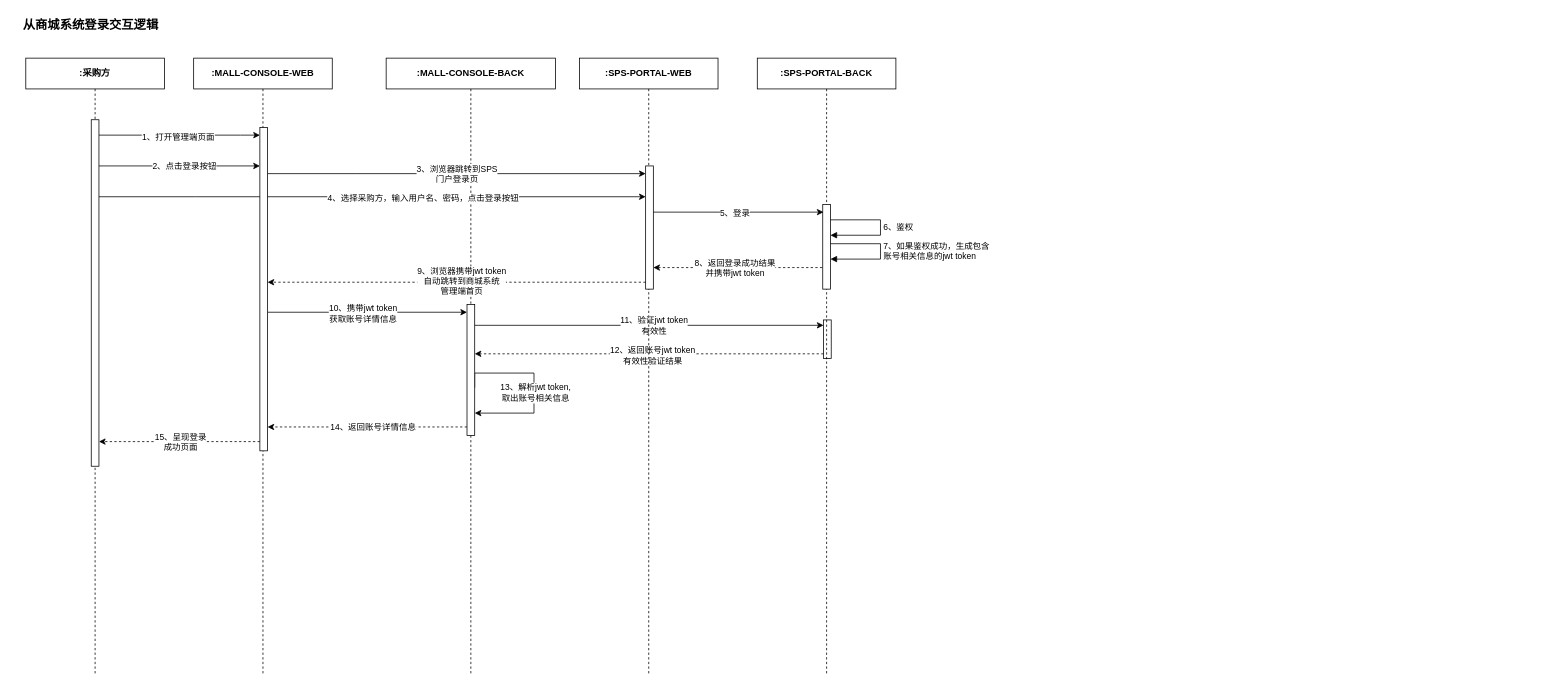
ab-doc/draw.io keeps this draw.io diagram as src/main/work/ncs/sunshine/20230518145410.drawio. Above is the earlier version. Source tidied: cells renumbered, new cells numbered last; positions are measured from the earlier drawing's top-left corner, leaving out a move shared by most shapes. Both pictures are drawn from the tidied source at 77%, with x=0, y=0 at pixel (13, 13).
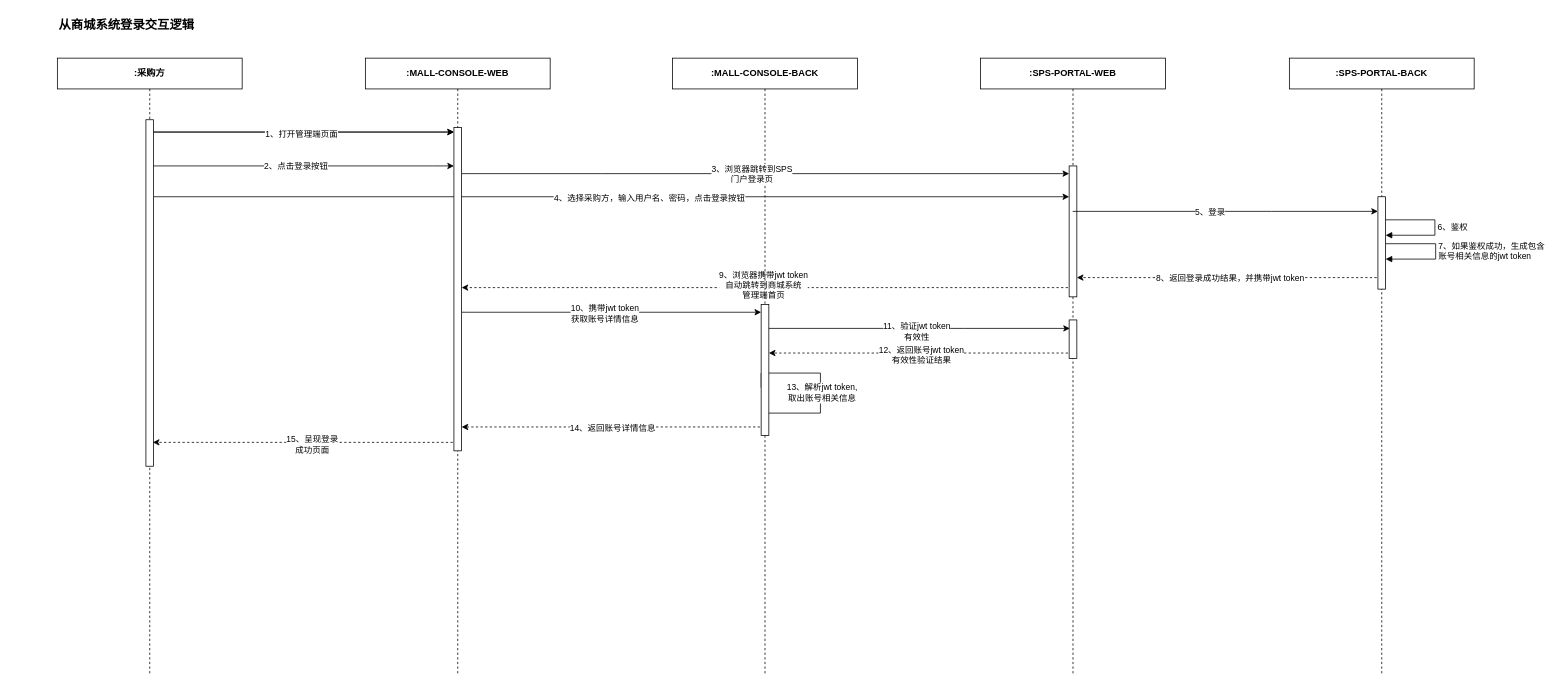
After the change.

The edit, as a diff of the source:
```diff
@@
+    <mxCell id="42" style="edgeStyle=elbowEdgeStyle;rounded=0;jettySize=auto;html=1;elbow=vertical;curved=0;dashed=1;" parent="1" edge="1" source="13">
+      <mxGeometry relative="1" as="geometry">
+        <mxPoint x="981" y="441" as="targetPoint" />
+      </mxGeometry>
+    </mxCell>
+    <mxCell id="7" value="12、返回账号jwt token&lt;br style=&quot;border-color: var(--border-color);&quot;&gt;有效性验证结果" style="edgeLabel;html=1;align=center;verticalAlign=middle;" parent="42" vertex="1">
+      <mxGeometry x="0.13" y="2" relative="1" as="geometry">
+        <mxPoint x="26" as="offset" />
+      </mxGeometry>
+    </mxCell>
+    <mxCell id="43" style="edgeStyle=elbowEdgeStyle;rounded=0;jettySize=auto;html=1;elbow=vertical;curved=0;dashed=1;" parent="1" edge="1" source="13">
+      <mxGeometry relative="1" as="geometry">
+        <mxPoint x="582" y="356" as="targetPoint" />
+      </mxGeometry>
+    </mxCell>
+    <mxCell id="36" value="9、浏览器携带jwt token&lt;br style=&quot;border-color: var(--border-color);&quot;&gt;自动跳转到商城系统&lt;br style=&quot;border-color: var(--border-color);&quot;&gt;管理端首页" style="edgeLabel;html=1;align=center;verticalAlign=middle;" parent="43" vertex="1">
+      <mxGeometry x="-0.16" y="-4" relative="1" as="geometry">
+        <mxPoint x="-69" as="offset" />
+      </mxGeometry>
+    </mxCell>
+    <mxCell id="13" value="&lt;b&gt;:SPS-PORTAL-WEB&lt;/b&gt;" style="shape=umlLifeline;perimeter=lifelinePerimeter;whiteSpace=wrap;html=1;outlineConnect=0;portConstraint=eastwest;newEdgeStyle={&quot;edgeStyle&quot;:&quot;elbowEdgeStyle&quot;,&quot;elbow&quot;:&quot;vertical&quot;,&quot;curved&quot;:0,&quot;rounded&quot;:0};" parent="1" vertex="1">
+      <mxGeometry x="1256" y="58" width="240" height="800" as="geometry" />
+    </mxCell>
+    <mxCell id="14" style="html=1;points=[];perimeter=orthogonalPerimeter;outlineConnect=0;targetShapes=umlLifeline;portConstraint=eastwest;newEdgeStyle={&quot;edgeStyle&quot;:&quot;elbowEdgeStyle&quot;,&quot;elbow&quot;:&quot;vertical&quot;,&quot;curved&quot;:0,&quot;rounded&quot;:0};" parent="13" vertex="1">
+      <mxGeometry x="115" y="140" width="10" height="170" as="geometry" />
+    </mxCell>
+    <mxCell id="44" style="edgeStyle=elbowEdgeStyle;rounded=0;jettySize=auto;html=1;elbow=vertical;curved=0;dashed=1;" parent="1" edge="1" source="2">
+      <mxGeometry relative="1" as="geometry">
+        <mxPoint x="582" y="537" as="targetPoint" />
+      </mxGeometry>
+    </mxCell>
+    <mxCell id="38" value="14、返回账号详情信息" style="edgeLabel;html=1;align=center;verticalAlign=middle;" parent="44" vertex="1">
+      <mxGeometry x="0.11" y="1" relative="1" as="geometry">
+        <mxPoint x="20" as="offset" />
+      </mxGeometry>
+    </mxCell>
+    <mxCell id="45" style="edgeStyle=elbowEdgeStyle;rounded=0;jettySize=auto;html=1;elbow=vertical;curved=0;" parent="1" edge="1" source="2">
+      <mxGeometry relative="1" as="geometry">
+        <mxPoint x="1372" y="409" as="targetPoint" />
+      </mxGeometry>
+    </mxCell>
+    <mxCell id="9" value="11、验证jwt token&lt;br style=&quot;border-color: var(--border-color);&quot;&gt;有效性" style="edgeLabel;html=1;align=center;verticalAlign=middle;" parent="45" vertex="1">
+      <mxGeometry x="-0.01" y="-3" relative="1" as="geometry">
+        <mxPoint x="1" as="offset" />
+      </mxGeometry>
+    </mxCell>
     <mxCell id="2" value="&lt;b&gt;:MALL-CONSOLE-BACK&lt;/b&gt;" style="shape=umlLifeline;perimeter=lifelinePerimeter;whiteSpace=wrap;html=1;outlineConnect=0;portConstraint=eastwest;newEdgeStyle={&quot;edgeStyle&quot;:&quot;elbowEdgeStyle&quot;,&quot;elbow&quot;:&quot;vertical&quot;,&quot;curved&quot;:0,&quot;rounded&quot;:0};" parent="1" vertex="1">
-      <mxGeometry x="484" y="58" width="220" height="800" as="geometry" />
+      <mxGeometry x="856" y="58" width="240" height="800" as="geometry" />
     </mxCell>
@@
     <mxCell id="5" style="html=1;points=[];perimeter=orthogonalPerimeter;outlineConnect=0;targetShapes=umlLifeline;portConstraint=eastwest;newEdgeStyle={&quot;edgeStyle&quot;:&quot;elbowEdgeStyle&quot;,&quot;elbow&quot;:&quot;vertical&quot;,&quot;curved&quot;:0,&quot;rounded&quot;:0};" parent="2" vertex="1">
-      <mxGeometry x="105" y="320" width="10" height="170" as="geometry" />
+      <mxGeometry x="115" y="320" width="10" height="170" as="geometry" />
     </mxCell>
-    <mxCell id="6" style="edgeStyle=elbowEdgeStyle;rounded=0;orthogonalLoop=1;jettySize=auto;html=1;elbow=vertical;curved=0;dashed=1;" parent="2" edge="1">
-      <mxGeometry relative="1" as="geometry">
-        <mxPoint x="568" y="384" as="sourcePoint" />
-        <mxPoint x="115" y="384" as="targetPoint" />
-      </mxGeometry>
-    </mxCell>
-    <mxCell id="7" value="12、返回账号jwt token&lt;br&gt;有效性验证结果" style="edgeLabel;html=1;align=center;verticalAlign=middle;" parent="6" vertex="1">
-      <mxGeometry x="-0.11" y="1" relative="1" as="geometry">
-        <mxPoint x="-21" y="1" as="offset" />
-      </mxGeometry>
-    </mxCell>
-    <mxCell id="8" style="edgeStyle=elbowEdgeStyle;rounded=0;jettySize=auto;html=1;elbow=vertical;curved=0;" parent="2" edge="1" source="5">
-      <mxGeometry relative="1" as="geometry">
-        <mxPoint x="568" y="347" as="targetPoint" />
-      </mxGeometry>
-    </mxCell>
-    <mxCell id="9" value="11、验证jwt token&lt;br&gt;有效性" style="edgeLabel;html=1;align=center;verticalAlign=middle;" parent="8" vertex="1">
-      <mxGeometry x="-0.11" y="1" relative="1" as="geometry">
-        <mxPoint x="30" y="1" as="offset" />
-      </mxGeometry>
-    </mxCell>
     <mxCell id="10" style="html=1;perimeter=orthogonalPerimeter;targetShapes=umlLifeline;newEdgeStyle={&quot;edgeStyle&quot;:&quot;elbowEdgeStyle&quot;,&quot;elbow&quot;:&quot;vertical&quot;,&quot;curved&quot;:0,&quot;rounded&quot;:0};" parent="2" vertex="1">
-      <mxGeometry x="568" y="340" width="10" height="50" as="geometry" />
+      <mxGeometry x="515" y="340" width="10" height="50" as="geometry" />
     </mxCell>
     <mxCell id="11" style="edgeStyle=elbowEdgeStyle;rounded=0;jettySize=auto;html=1;elbow=vertical;curved=0;" parent="1" edge="1" source="22" target="14">
       <mxGeometry relative="1" as="geometry">
         <Array as="points">
-          <mxPoint x="236" y="238" />
+          <mxPoint x="554" y="238" />
         </Array>
       </mxGeometry>
     </mxCell>
@@
-    <mxCell id="13" value="&lt;b&gt;:SPS-PORTAL-WEB&lt;/b&gt;" style="shape=umlLifeline;perimeter=lifelinePerimeter;whiteSpace=wrap;html=1;outlineConnect=0;portConstraint=eastwest;newEdgeStyle={&quot;edgeStyle&quot;:&quot;elbowEdgeStyle&quot;,&quot;elbow&quot;:&quot;vertical&quot;,&quot;curved&quot;:0,&quot;rounded&quot;:0};" parent="1" vertex="1">
-      <mxGeometry x="735" y="58" width="180" height="800" as="geometry" />
-    </mxCell>
-    <mxCell id="14" style="html=1;points=[];perimeter=orthogonalPerimeter;outlineConnect=0;targetShapes=umlLifeline;portConstraint=eastwest;newEdgeStyle={&quot;edgeStyle&quot;:&quot;elbowEdgeStyle&quot;,&quot;elbow&quot;:&quot;vertical&quot;,&quot;curved&quot;:0,&quot;rounded&quot;:0};" parent="13" vertex="1">
-      <mxGeometry x="86" y="140" width="10" height="160" as="geometry" />
-    </mxCell>
+    <mxCell id="46" style="edgeStyle=elbowEdgeStyle;rounded=0;jettySize=auto;html=1;elbow=vertical;curved=0;" parent="1" edge="1" source="13">
+      <mxGeometry relative="1" as="geometry">
+        <mxPoint x="1772" y="257" as="targetPoint" />
+      </mxGeometry>
+    </mxCell>
+    <mxCell id="32" value="5、登录" style="edgeLabel;html=1;align=center;verticalAlign=middle;" parent="46" vertex="1">
+      <mxGeometry x="-0.1" relative="1" as="geometry" />
+    </mxCell>
+    <mxCell id="47" style="edgeStyle=elbowEdgeStyle;rounded=0;jettySize=auto;html=1;elbow=vertical;curved=0;dashed=1;" parent="1" edge="1" source="15">
+      <mxGeometry relative="1" as="geometry">
+        <mxPoint x="1381" y="342.5" as="targetPoint" />
+      </mxGeometry>
+    </mxCell>
+    <mxCell id="48" value="8、返回登录成功结果，并携带jwt token" style="edgeLabel;html=1;align=center;verticalAlign=middle;" parent="47" vertex="1">
+      <mxGeometry x="0.19" y="1" relative="1" as="geometry">
+        <mxPoint x="39" y="-1" as="offset" />
+      </mxGeometry>
+    </mxCell>
     <mxCell id="15" value="&lt;b&gt;:SPS-PORTAL-BACK&lt;/b&gt;" style="shape=umlLifeline;perimeter=lifelinePerimeter;whiteSpace=wrap;html=1;outlineConnect=0;portConstraint=eastwest;newEdgeStyle={&quot;edgeStyle&quot;:&quot;elbowEdgeStyle&quot;,&quot;elbow&quot;:&quot;vertical&quot;,&quot;curved&quot;:0,&quot;rounded&quot;:0};" parent="1" vertex="1">
-      <mxGeometry x="966" y="58" width="180" height="800" as="geometry" />
+      <mxGeometry x="1657" y="58" width="240" height="800" as="geometry" />
     </mxCell>
     <mxCell id="16" style="html=1;points=[];perimeter=orthogonalPerimeter;outlineConnect=0;targetShapes=umlLifeline;portConstraint=eastwest;newEdgeStyle={&quot;edgeStyle&quot;:&quot;elbowEdgeStyle&quot;,&quot;elbow&quot;:&quot;vertical&quot;,&quot;curved&quot;:0,&quot;rounded&quot;:0};" parent="15" vertex="1">
-      <mxGeometry x="85" y="190" width="10" height="110" as="geometry" />
+      <mxGeometry x="115" y="180" width="10" height="120" as="geometry" />
     </mxCell>
     <mxCell id="17" value="6、鉴权" style="html=1;align=left;spacingLeft=2;endArrow=block;rounded=0;edgeStyle=orthogonalEdgeStyle;curved=0;rounded=0;" parent="15" edge="1" source="16" target="16">
       <mxGeometry relative="1" as="geometry">
         <Array as="points">
-          <mxPoint x="160" y="210" />
-          <mxPoint x="160" y="230" />
+          <mxPoint x="189" y="210" />
+          <mxPoint x="189" y="230" />
         </Array>
       </mxGeometry>
     </mxCell>
     <mxCell id="18" value="7、如果鉴权成功，生成包含&lt;br&gt;账号相关信息的jwt token" style="html=1;align=left;spacingLeft=2;endArrow=block;rounded=0;edgeStyle=orthogonalEdgeStyle;curved=0;rounded=0;" parent="15" edge="1">
       <mxGeometry relative="1" as="geometry">
-        <mxPoint x="95" y="241" as="sourcePoint" />
-        <mxPoint x="95" y="261" as="targetPoint" />
+        <mxPoint x="125" y="241" as="sourcePoint" />
+        <mxPoint x="125" y="261" as="targetPoint" />
         <Array as="points">
-          <mxPoint x="160" y="241" />
-          <mxPoint x="160" y="261" />
+          <mxPoint x="190" y="241" />
+          <mxPoint x="190" y="261" />
         </Array>
       </mxGeometry>
     </mxCell>
-    <mxCell id="19" style="edgeStyle=elbowEdgeStyle;rounded=0;jettySize=auto;html=1;elbow=vertical;curved=0;" parent="1" edge="1" source="22">
-      <mxGeometry relative="1" as="geometry">
-        <mxPoint x="320" y="158" as="targetPoint" />
-        <Array as="points">
-          <mxPoint x="295" y="158" />
-        </Array>
-      </mxGeometry>
-    </mxCell>
-    <mxCell id="20" value="1、打开管理端页面" style="edgeLabel;html=1;align=center;verticalAlign=middle;" parent="19" vertex="1">
-      <mxGeometry x="-0.02" y="-1" relative="1" as="geometry">
-        <mxPoint y="1" as="offset" />
-      </mxGeometry>
-    </mxCell>
+    <mxCell id="49" style="edgeStyle=elbowEdgeStyle;rounded=0;jettySize=auto;html=1;elbow=vertical;curved=0;" parent="1" edge="1" source="21">
+      <mxGeometry relative="1" as="geometry">
+        <mxPoint x="572" y="153.5" as="targetPoint" />
+      </mxGeometry>
+    </mxCell>
     <mxCell id="21" value="&lt;b&gt;:采购方&lt;/b&gt;" style="shape=umlLifeline;perimeter=lifelinePerimeter;whiteSpace=wrap;html=1;outlineConnect=0;portConstraint=eastwest;newEdgeStyle={&quot;edgeStyle&quot;:&quot;elbowEdgeStyle&quot;,&quot;elbow&quot;:&quot;vertical&quot;,&quot;curved&quot;:0,&quot;rounded&quot;:0};" parent="1" vertex="1">
-      <mxGeometry x="16" y="58" width="180" height="800" as="geometry" />
+      <mxGeometry x="57" y="58" width="240" height="800" as="geometry" />
     </mxCell>
     <mxCell id="22" style="html=1;points=[];perimeter=orthogonalPerimeter;outlineConnect=0;targetShapes=umlLifeline;portConstraint=eastwest;newEdgeStyle={&quot;edgeStyle&quot;:&quot;elbowEdgeStyle&quot;,&quot;elbow&quot;:&quot;vertical&quot;,&quot;curved&quot;:0,&quot;rounded&quot;:0};" parent="21" vertex="1">
-      <mxGeometry x="85" y="80" width="10" height="450" as="geometry" />
+      <mxGeometry x="115" y="80" width="10" height="450" as="geometry" />
     </mxCell>
     <mxCell id="23" style="edgeStyle=elbowEdgeStyle;rounded=0;jettySize=auto;html=1;elbow=vertical;curved=0;" parent="1" edge="1" source="28" target="14">
       <mxGeometry relative="1" as="geometry">
         <Array as="points">
-          <mxPoint x="446" y="208" />
+          <mxPoint x="764" y="208" />
         </Array>
       </mxGeometry>
     </mxCell>
@@
     <mxCell id="25" style="edgeStyle=elbowEdgeStyle;rounded=0;jettySize=auto;html=1;elbow=vertical;curved=0;" parent="1" edge="1" source="28" target="5">
       <mxGeometry relative="1" as="geometry">
         <Array as="points">
-          <mxPoint x="465" y="388" />
+          <mxPoint x="783" y="388" />
         </Array>
       </mxGeometry>
     </mxCell>
@@
+    <mxCell id="50" style="edgeStyle=elbowEdgeStyle;rounded=0;jettySize=auto;html=1;elbow=vertical;curved=0;dashed=1;" parent="1" edge="1" source="27">
+      <mxGeometry relative="1" as="geometry">
+        <mxPoint x="181" y="557" as="targetPoint" />
+      </mxGeometry>
+    </mxCell>
+    <mxCell id="40" value="15、呈现登录&lt;br style=&quot;border-color: var(--border-color);&quot;&gt;成功页面" style="edgeLabel;html=1;align=center;verticalAlign=middle;" parent="50" vertex="1">
+      <mxGeometry x="0.16" y="2" relative="1" as="geometry">
+        <mxPoint x="40" as="offset" />
+      </mxGeometry>
+    </mxCell>
     <mxCell id="27" value="&lt;b&gt;:MALL-CONSOLE-WEB&lt;/b&gt;" style="shape=umlLifeline;perimeter=lifelinePerimeter;whiteSpace=wrap;html=1;outlineConnect=0;portConstraint=eastwest;newEdgeStyle={&quot;edgeStyle&quot;:&quot;elbowEdgeStyle&quot;,&quot;elbow&quot;:&quot;vertical&quot;,&quot;curved&quot;:0,&quot;rounded&quot;:0};" parent="1" vertex="1">
-      <mxGeometry x="234" y="58" width="180" height="800" as="geometry" />
+      <mxGeometry x="457" y="58" width="240" height="800" as="geometry" />
     </mxCell>
     <mxCell id="28" style="html=1;points=[];perimeter=orthogonalPerimeter;outlineConnect=0;targetShapes=umlLifeline;portConstraint=eastwest;newEdgeStyle={&quot;edgeStyle&quot;:&quot;elbowEdgeStyle&quot;,&quot;elbow&quot;:&quot;vertical&quot;,&quot;curved&quot;:0,&quot;rounded&quot;:0};" parent="27" vertex="1">
-      <mxGeometry x="86" y="90" width="10" height="420" as="geometry" />
+      <mxGeometry x="115" y="90" width="10" height="420" as="geometry" />
     </mxCell>
     <mxCell id="29" style="edgeStyle=elbowEdgeStyle;rounded=0;jettySize=auto;html=1;elbow=vertical;curved=0;" parent="1" edge="1" source="22" target="28">
       <mxGeometry relative="1" as="geometry">
         <Array as="points">
-          <mxPoint x="226" y="198" />
+          <mxPoint x="544" y="198" />
         </Array>
       </mxGeometry>
     </mxCell>
     <mxCell id="30" value="2、点击登录按钮" style="edgeLabel;html=1;align=center;verticalAlign=middle;" parent="29" vertex="1">
       <mxGeometry x="0.05" y="1" relative="1" as="geometry">
-        <mxPoint y="1" as="offset" />
+        <mxPoint x="-21" y="1" as="offset" />
       </mxGeometry>
     </mxCell>
-    <mxCell id="31" style="edgeStyle=elbowEdgeStyle;rounded=0;jettySize=auto;html=1;elbow=vertical;curved=0;" parent="1" edge="1" source="14">
-      <mxGeometry relative="1" as="geometry">
-        <mxPoint x="1052" y="258" as="targetPoint" />
-        <Array as="points">
-          <mxPoint x="926" y="258" />
-        </Array>
-      </mxGeometry>
-    </mxCell>
-    <mxCell id="32" value="5、登录" style="edgeLabel;html=1;align=center;verticalAlign=middle;" parent="31" vertex="1">
-      <mxGeometry x="-0.33" y="1" relative="1" as="geometry">
-        <mxPoint x="31" y="1" as="offset" />
-      </mxGeometry>
-    </mxCell>
-    <mxCell id="33" style="edgeStyle=elbowEdgeStyle;rounded=0;orthogonalLoop=1;jettySize=auto;html=1;elbow=vertical;curved=0;startArrow=classic;startFill=1;endArrow=none;endFill=0;dashed=1;" parent="1" edge="1">
-      <mxGeometry relative="1" as="geometry">
-        <mxPoint x="831" y="330" as="sourcePoint" />
-        <mxPoint x="1052" y="330" as="targetPoint" />
-        <Array as="points">
-          <mxPoint x="926" y="330" />
-        </Array>
-      </mxGeometry>
-    </mxCell>
-    <mxCell id="34" value="8、返回登录成功结果&lt;br&gt;并携带jwt token" style="edgeLabel;html=1;align=center;verticalAlign=middle;" parent="33" vertex="1">
-      <mxGeometry x="-0.33" y="1" relative="1" as="geometry">
-        <mxPoint x="31" y="1" as="offset" />
-      </mxGeometry>
-    </mxCell>
-    <mxCell id="35" style="edgeStyle=elbowEdgeStyle;rounded=0;orthogonalLoop=1;jettySize=auto;html=1;elbow=vertical;curved=0;dashed=1;" parent="1" edge="1">
-      <mxGeometry relative="1" as="geometry">
-        <mxPoint x="821" y="349" as="sourcePoint" />
-        <mxPoint x="330" y="349" as="targetPoint" />
-        <Array as="points">
-          <mxPoint x="446" y="349" />
-        </Array>
-      </mxGeometry>
-    </mxCell>
-    <mxCell id="36" value="9、浏览器携带jwt token&lt;br style=&quot;border-color: var(--border-color);&quot;&gt;自动跳转到商城系统&lt;br style=&quot;border-color: var(--border-color);&quot;&gt;管理端首页" style="edgeLabel;html=1;align=center;verticalAlign=middle;" parent="35" vertex="1">
-      <mxGeometry x="-0.12" relative="1" as="geometry">
-        <mxPoint x="-24" y="-2" as="offset" />
-      </mxGeometry>
-    </mxCell>
-    <mxCell id="37" style="edgeStyle=elbowEdgeStyle;rounded=0;orthogonalLoop=1;jettySize=auto;html=1;elbow=vertical;curved=0;dashed=1;" parent="1" edge="1">
-      <mxGeometry relative="1" as="geometry">
-        <mxPoint x="589" y="537" as="sourcePoint" />
-        <mxPoint x="330" y="537" as="targetPoint" />
-      </mxGeometry>
-    </mxCell>
-    <mxCell id="38" value="14、返回账号详情信息" style="edgeLabel;html=1;align=center;verticalAlign=middle;" parent="37" vertex="1">
-      <mxGeometry x="-0.05" y="-1" relative="1" as="geometry" />
-    </mxCell>
-    <mxCell id="39" style="edgeStyle=elbowEdgeStyle;rounded=0;orthogonalLoop=1;jettySize=auto;html=1;elbow=vertical;curved=0;dashed=1;" parent="1" edge="1">
-      <mxGeometry relative="1" as="geometry">
-        <mxPoint x="320" y="556" as="sourcePoint" />
-        <mxPoint x="111" y="556" as="targetPoint" />
-      </mxGeometry>
-    </mxCell>
-    <mxCell id="40" value="15、呈现登录&lt;br&gt;成功页面" style="edgeLabel;html=1;align=center;verticalAlign=middle;" parent="39" vertex="1">
-      <mxGeometry x="0.12" relative="1" as="geometry">
-        <mxPoint x="13" as="offset" />
-      </mxGeometry>
-    </mxCell>
-    <mxCell id="41" value="&lt;b style=&quot;font-size: 16px;&quot;&gt;从商城系统登录交互逻辑&lt;/b&gt;" style="text;html=1;align=center;verticalAlign=middle;strokeColor=none;fillColor=none;fontSize=16;" parent="1" vertex="1">
-      <mxGeometry width="200" height="30" as="geometry" />
+    <mxCell id="41" value="&lt;b style=&quot;font-size: 16px;&quot;&gt;从商城系统登录交互逻辑&lt;/b&gt;" style="text;html=1;align=left;verticalAlign=middle;strokeColor=none;fillColor=none;fontSize=16;" parent="1" vertex="1">
+      <mxGeometry x="57" width="200" height="30" as="geometry" />
     </mxCell>
+    <mxCell id="51" style="edgeStyle=elbowEdgeStyle;rounded=0;jettySize=auto;html=1;elbow=vertical;curved=0;" parent="1" edge="1" source="22">
+      <mxGeometry relative="1" as="geometry">
+        <mxPoint x="572" y="153.5" as="targetPoint" />
+      </mxGeometry>
+    </mxCell>
+    <mxCell id="20" value="1、打开管理端页面" style="edgeLabel;html=1;align=center;verticalAlign=middle;" parent="51" vertex="1">
+      <mxGeometry x="-0.02" y="-1" relative="1" as="geometry">
+        <mxPoint y="1" as="offset" />
+      </mxGeometry>
+    </mxCell>
```
